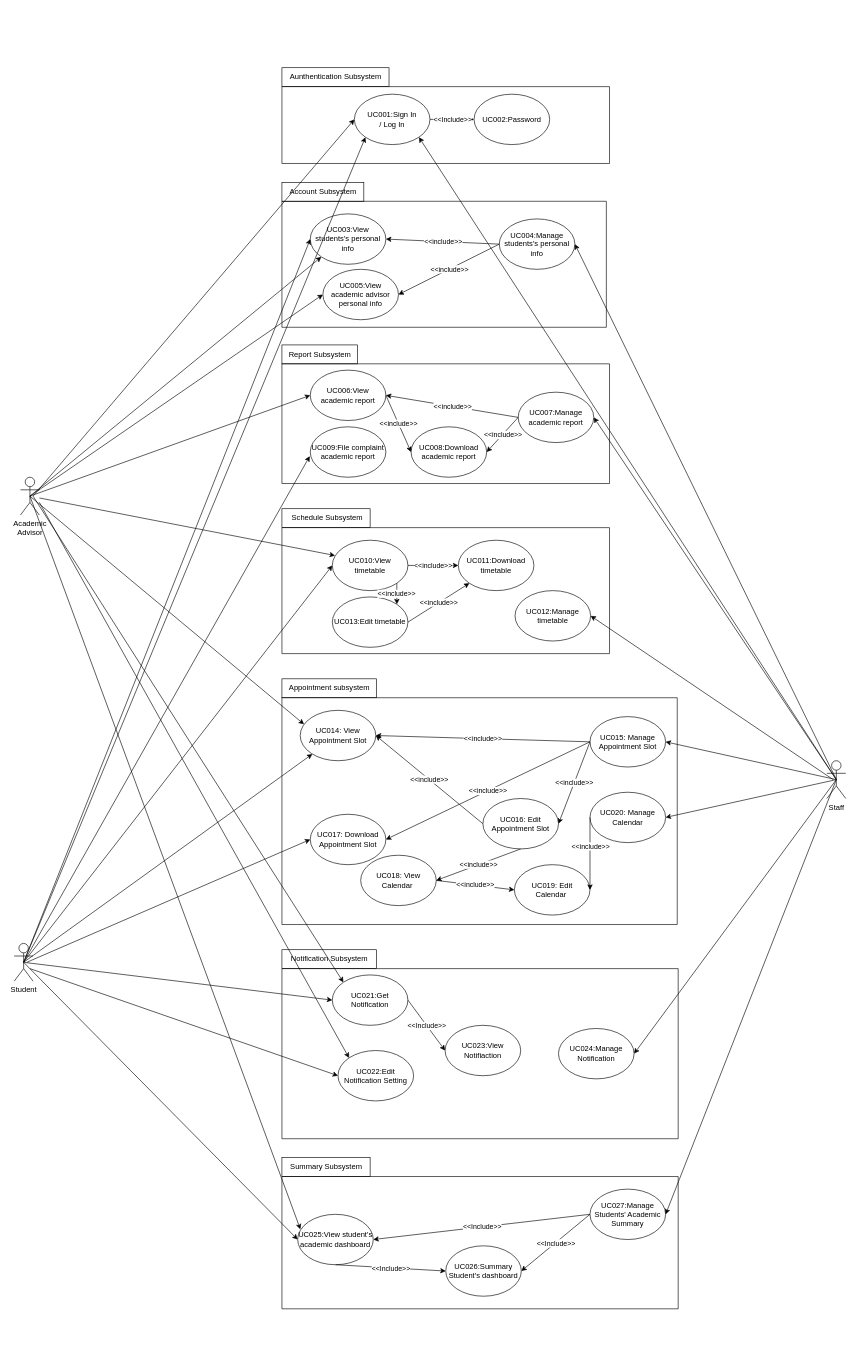
Before: project/drawio/program/usecasediagram.drawio in drshahizan/software-engineering, a draw.io diagram. Source tidied: cells renumbered, new cells numbered last; positions are measured from the earlier drawing's top-left corner, leaving out a move shared by most shapes. Both pictures are drawn from the tidied source at 63%, with x=0, y=0 at pixel (14, 67).
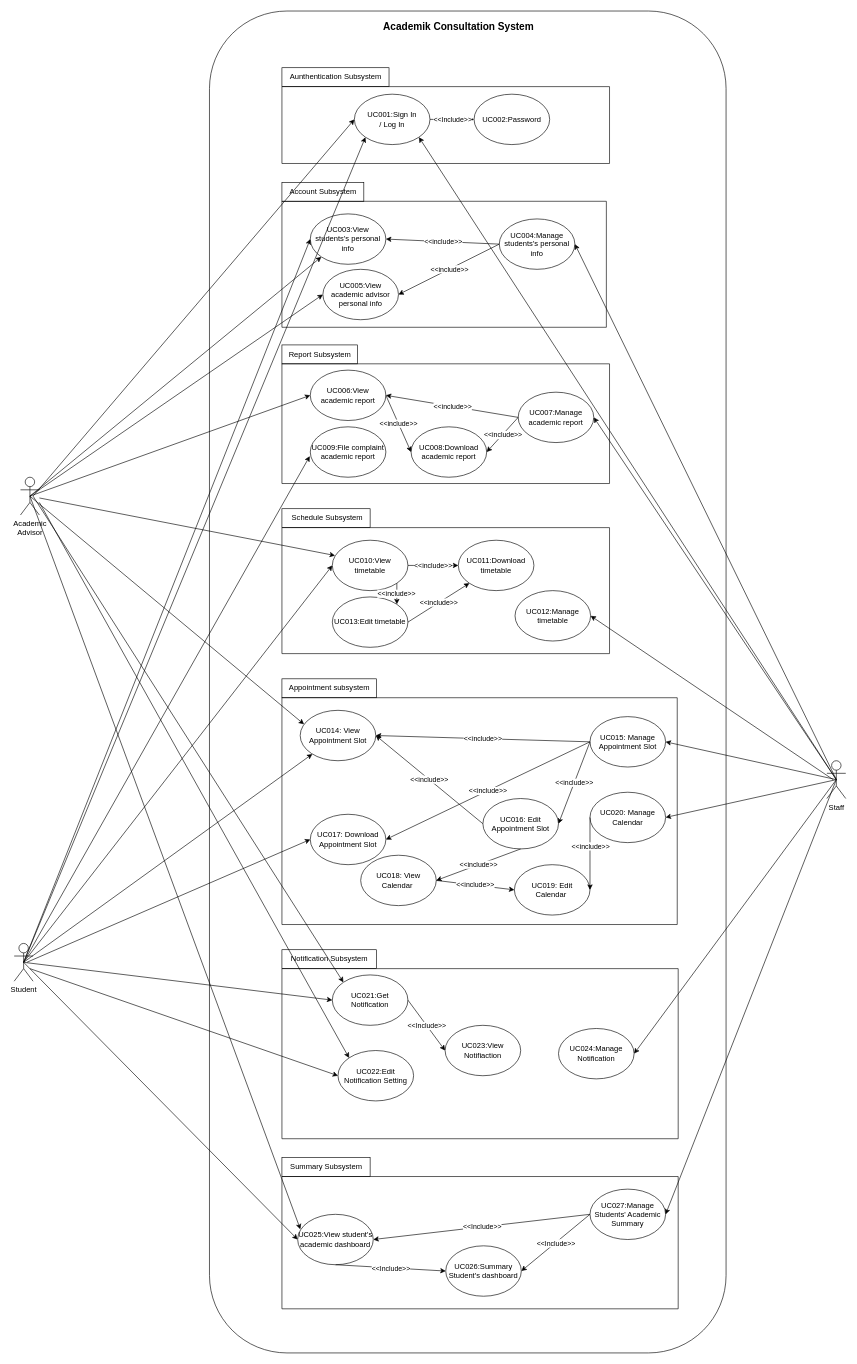
The same page after the edit.

Diff of the diagram source:
```diff
@@
+    <mxCell id="105" style="rounded=1;whiteSpace=wrap;html=1;" parent="1" vertex="1">
+      <mxGeometry x="310" y="-90" width="820" height="2130" as="geometry" />
+    </mxCell>
@@
+    <mxCell id="106" value="&lt;font style=&quot;font-size: 16px;&quot;&gt;&lt;b&gt;Academik Consultation System&lt;/b&gt;&lt;/font&gt;" style="text;html=1;align=center;verticalAlign=middle;strokeColor=none;fillColor=none;" parent="1" vertex="1">
+      <mxGeometry x="575" y="-80" width="260" height="30" as="geometry" />
+    </mxCell>
```
